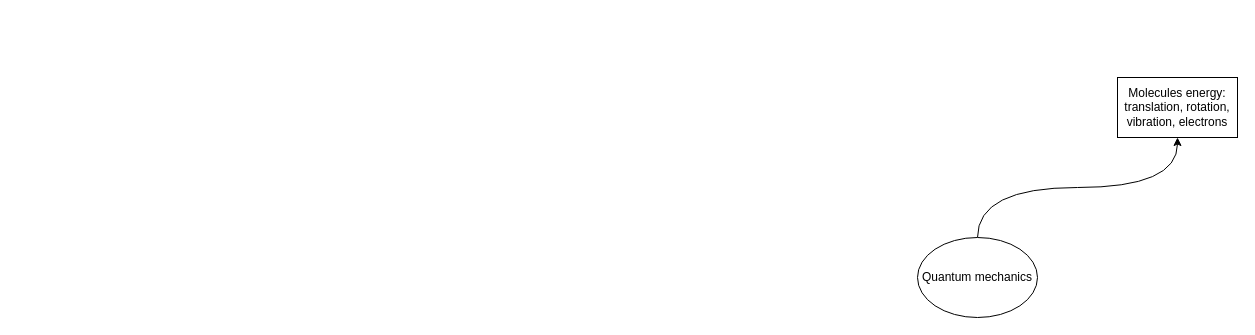
The draw.io diagram learning.drawio in wallytutor/mind-maps, before the edit. Source tidied: cells renumbered, new cells numbered last; positions are measured from the earlier drawing's top-left corner, leaving out a move shared by most shapes. Both pictures are drawn from the tidied source at 100%, with x=0, y=0 at pixel (917, 77).
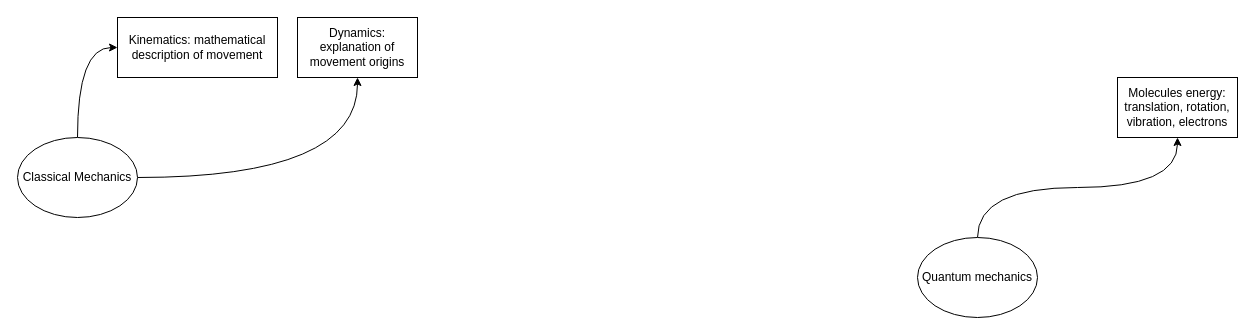
The same diagram, later.

Change to the diagram source:
```diff
@@
 <mxGraphModel>
   <root>
     <mxCell id="0" />
     <mxCell id="1" parent="0" />
     <mxCell id="2" style="edgeStyle=orthogonalEdgeStyle;rounded=0;jettySize=auto;html=1;exitX=0.5;exitY=0;exitDx=0;exitDy=0;curved=1;" parent="1" edge="1" source="3" target="4">
       <mxGeometry relative="1" as="geometry" />
     </mxCell>
     <mxCell id="3" value="Quantum mechanics" style="ellipse;whiteSpace=wrap;html=1;" parent="1" vertex="1">
       <mxGeometry y="160" width="120" height="80" as="geometry" />
     </mxCell>
     <mxCell id="4" value="Molecules energy: translation, rotation, vibration, electrons" style="rounded=0;whiteSpace=wrap;html=1;" parent="1" vertex="1">
       <mxGeometry x="200" width="120" height="60" as="geometry" />
     </mxCell>
+    <mxCell id="5" style="edgeStyle=orthogonalEdgeStyle;rounded=0;jettySize=auto;html=1;exitX=0.5;exitY=0;exitDx=0;exitDy=0;entryX=0;entryY=0.5;entryDx=0;entryDy=0;curved=1;" parent="1" edge="1" source="7" target="8">
+      <mxGeometry relative="1" as="geometry" />
+    </mxCell>
+    <mxCell id="6" style="edgeStyle=orthogonalEdgeStyle;rounded=0;jettySize=auto;html=1;curved=1;" parent="1" edge="1" source="7" target="9">
+      <mxGeometry relative="1" as="geometry" />
+    </mxCell>
+    <mxCell id="7" value="Classical Mechanics" style="ellipse;whiteSpace=wrap;html=1;" parent="1" vertex="1">
+      <mxGeometry x="-900" y="60" width="120" height="80" as="geometry" />
+    </mxCell>
+    <mxCell id="8" value="Kinematics: mathematical description of movement" style="rounded=0;whiteSpace=wrap;html=1;" parent="1" vertex="1">
+      <mxGeometry x="-800" y="-60" width="160" height="60" as="geometry" />
+    </mxCell>
+    <mxCell id="9" value="Dynamics: explanation of movement origins" style="rounded=0;whiteSpace=wrap;html=1;" parent="1" vertex="1">
+      <mxGeometry x="-620" y="-60" width="120" height="60" as="geometry" />
+    </mxCell>
   </root>
 </mxGraphModel>
```
